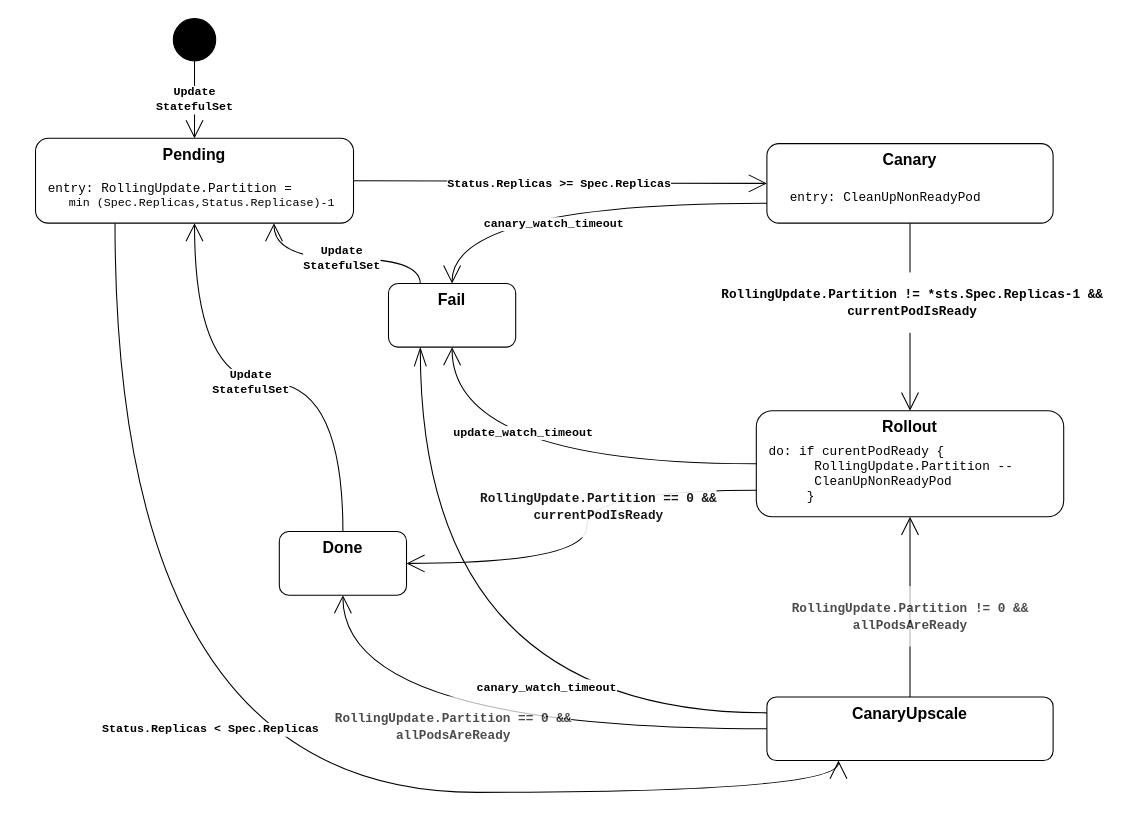
Above: docs/controllers/quarks_sts_rollout_fsm.drawio in akhinos/cf-operator (draw.io), before the change. Source tidied: cells renumbered, new cells numbered last; positions are measured from the earlier drawing's top-left corner, leaving out a move shared by most shapes. Both pictures are drawn from the tidied source at 106%, with x=0, y=0 at pixel (35, 18).
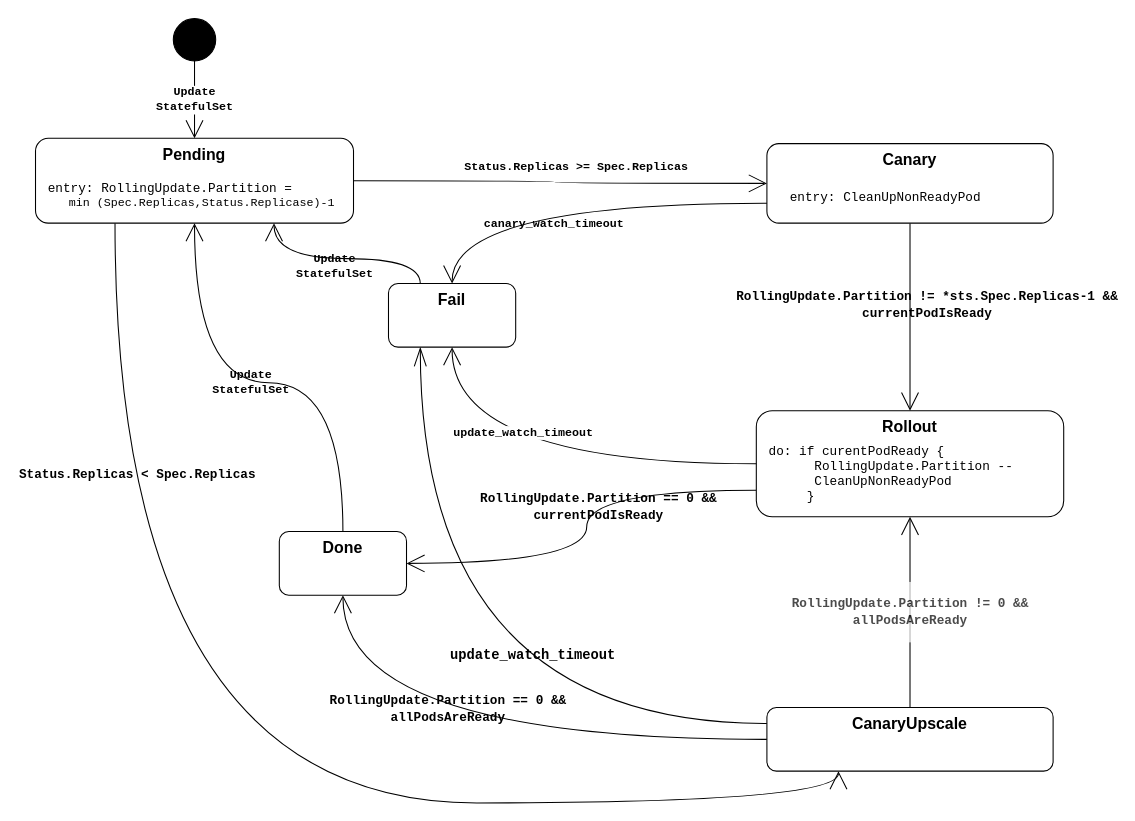
After the change.

The change refers to these unchanged cells:
```xml
<mxCell id="4" style="rounded=0;jettySize=auto;html=1;exitX=0.25;exitY=1;exitDx=0;exitDy=0;entryX=0.25;entryY=1;entryDx=0;entryDy=0;fontSize=15;strokeWidth=1;startArrow=none;startFill=0;endArrow=open;endFill=0;endSize=15;edgeStyle=orthogonalEdgeStyle;curved=1;" parent="1" edge="1" source="6" target="16">
  <mxGeometry relative="1" as="geometry" />
</mxCell>
<mxCell id="6" value="Pending" style="rounded=1;whiteSpace=wrap;html=1;verticalAlign=top;fontSize=15;fontStyle=1;" parent="1" vertex="1">
  <mxGeometry y="113" width="300" height="80" as="geometry" />
</mxCell>
<mxCell id="7" style="edgeStyle=orthogonalEdgeStyle;rounded=0;jettySize=auto;html=1;exitX=0;exitY=0.75;exitDx=0;exitDy=0;entryX=1;entryY=0.5;entryDx=0;entryDy=0;startFill=0;endArrow=open;endFill=0;endSize=15;strokeWidth=1;fontFamily=Courier New;fontSize=11;curved=1;" parent="1" edge="1" source="24" target="21">
  <mxGeometry relative="1" as="geometry" />
</mxCell>
<mxCell id="12" style="edgeStyle=orthogonalEdgeStyle;rounded=0;jettySize=auto;html=1;exitX=0;exitY=0.5;exitDx=0;exitDy=0;entryX=0.5;entryY=1;entryDx=0;entryDy=0;startFill=0;endArrow=open;endFill=0;endSize=15;strokeWidth=1;fontFamily=Courier New;fontSize=11;curved=1;" parent="1" edge="1" source="16" target="21">
  <mxGeometry relative="1" as="geometry" />
</mxCell>
<mxCell id="14" style="edgeStyle=orthogonalEdgeStyle;curved=1;rounded=0;jettySize=auto;html=1;exitX=0;exitY=0.25;exitDx=0;exitDy=0;entryX=0.25;entryY=1;entryDx=0;entryDy=0;endArrow=openThin;endFill=0;endSize=16;" parent="1" edge="1" source="16" target="18">
  <mxGeometry relative="1" as="geometry" />
</mxCell>
<mxCell id="18" value="Fail" style="rounded=1;whiteSpace=wrap;html=1;verticalAlign=top;fontSize=15;fontStyle=1;" parent="1" vertex="1">
  <mxGeometry x="333" y="250" width="120" height="60" as="geometry" />
</mxCell>
<mxCell id="19" style="edgeStyle=orthogonalEdgeStyle;rounded=0;jettySize=auto;html=1;exitX=0.5;exitY=0;exitDx=0;exitDy=0;startFill=0;endArrow=open;endFill=0;endSize=15;strokeWidth=1;fontFamily=Courier New;fontSize=11;curved=1;" parent="1" edge="1" source="21" target="6">
  <mxGeometry relative="1" as="geometry" />
</mxCell>
<mxCell id="24" value="Rollout&lt;br&gt;&lt;span style=&quot;font-weight: normal ; font-size: 12px&quot;&gt;&lt;br&gt;&lt;/span&gt;" style="rounded=1;whiteSpace=wrap;html=1;verticalAlign=top;fontSize=15;fontStyle=1;align=center;" parent="23" vertex="1">
  <mxGeometry width="290" height="100" as="geometry" />
</mxCell>
<mxCell id="26" style="edgeStyle=orthogonalEdgeStyle;rounded=0;jettySize=auto;html=1;exitX=0.5;exitY=1;exitDx=0;exitDy=0;entryX=0.5;entryY=0;entryDx=0;entryDy=0;startFill=0;endArrow=open;endFill=0;endSize=15;strokeWidth=1;fontFamily=Courier New;fontSize=11;curved=1;" parent="1" edge="1" source="29" target="24">
  <mxGeometry relative="1" as="geometry" />
</mxCell>
<mxCell id="29" value="Canary" style="rounded=1;whiteSpace=wrap;html=1;verticalAlign=top;fontSize=15;fontStyle=1;align=center;" parent="28" vertex="1">
  <mxGeometry width="270" height="75" as="geometry" />
</mxCell>
<mxCell id="33" style="edgeStyle=orthogonalEdgeStyle;rounded=0;jettySize=auto;html=1;exitX=0;exitY=0.75;exitDx=0;exitDy=0;entryX=0.5;entryY=0;entryDx=0;entryDy=0;startFill=0;endArrow=open;endFill=0;endSize=15;strokeWidth=1;fontFamily=Courier New;fontSize=11;curved=1;" parent="1" edge="1" source="29" target="18">
  <mxGeometry relative="1" as="geometry" />
</mxCell>
```

What changed in the source:
```diff
@@
-    <mxCell id="5" value="Status.Replicas &amp;lt; Spec.Replicas" style="text;html=1;align=center;verticalAlign=middle;labelBackgroundColor=#ffffff;fontSize=11;fontFamily=Courier New;fontStyle=1;" parent="4" vertex="1">
+    <mxCell id="5" value="Status.Replicas &amp;lt; Spec.Replicas" style="text;html=1;align=center;verticalAlign=middle;labelBackgroundColor=none;fontSize=12;fontFamily=Courier New;fontStyle=1;" parent="4" vertex="1">
       <mxGeometry x="-0.03" y="-1" relative="1" as="geometry">
-        <mxPoint x="20" y="-61" as="offset" />
+        <mxPoint x="-44" y="-311" as="offset" />
       </mxGeometry>
     </mxCell>
@@
-    <mxCell id="9" value="&lt;pre style=&quot;font-size: 9.8pt&quot;&gt;&lt;font face=&quot;Courier New&quot; style=&quot;font-size: 12px&quot;&gt;&lt;b&gt;RollingUpdate.Partition == 0 &amp;amp;&amp;amp;&lt;br/&gt;currentPodIsReady&lt;/b&gt;&lt;/font&gt;&lt;/pre&gt;" style="text;html=1;align=center;verticalAlign=middle;labelBackgroundColor=#ffffff;fontSize=11;fontFamily=Courier New;textOpacity=90;" parent="7" vertex="1">
+    <mxCell id="9" value="&lt;pre style=&quot;font-size: 9.8pt&quot;&gt;&lt;font face=&quot;Courier New&quot; style=&quot;font-size: 12px&quot;&gt;&lt;b&gt;RollingUpdate.Partition == 0 &amp;amp;&amp;amp;&lt;br&gt;currentPodIsReady&lt;/b&gt;&lt;/font&gt;&lt;/pre&gt;" style="text;html=1;align=center;verticalAlign=middle;labelBackgroundColor=none;fontSize=11;fontFamily=Courier New;" parent="7" vertex="1">
       <mxGeometry y="-2" relative="1" as="geometry">
         <mxPoint x="12" y="-25" as="offset" />
       </mxGeometry>
     </mxCell>
     <mxCell id="10" value="&lt;pre style=&quot;font-size: 9.8pt&quot;&gt;&lt;font face=&quot;Courier New&quot; style=&quot;font-size: 12px&quot;&gt;&lt;b&gt;RollingUpdate.Partition != 0 &amp;amp;&amp;amp;&lt;br&gt;allPodsAreReady&lt;/b&gt;&lt;/font&gt;&lt;/pre&gt;" style="edgeStyle=orthogonalEdgeStyle;rounded=0;jettySize=auto;html=1;exitX=0.5;exitY=0;exitDx=0;exitDy=0;entryX=0.5;entryY=1;entryDx=0;entryDy=0;startFill=0;endArrow=open;endFill=0;endSize=15;strokeWidth=1;fontFamily=Courier New;fontSize=11;textOpacity=70;curved=1;" parent="1" edge="1" source="16" target="24">
-      <mxGeometry x="-0.11" relative="1" as="geometry" />
+      <mxGeometry relative="1" as="geometry" />
     </mxCell>
-    <mxCell id="11" style="text;html=1;align=center;verticalAlign=middle;labelBackgroundColor=#ffffff;fontSize=11;fontFamily=Courier New;" parent="10" vertex="1">
+    <mxCell id="11" style="text;html=1;align=center;verticalAlign=middle;labelBackgroundColor=none;fontSize=11;fontFamily=Courier New;" parent="10" vertex="1">
       <mxGeometry y="3" relative="1" as="geometry" />
     </mxCell>
@@
-    <mxCell id="13" value="&lt;pre style=&quot;font-size: 9.8pt&quot;&gt;&lt;font face=&quot;Courier New&quot; style=&quot;font-size: 12px&quot;&gt;&lt;b&gt;RollingUpdate.Partition == 0 &amp;amp;&amp;amp;&lt;br&gt;allPodsAreReady&lt;/b&gt;&lt;/font&gt;&lt;/pre&gt;" style="text;html=1;align=center;verticalAlign=middle;labelBackgroundColor=#ffffff;fontSize=11;fontFamily=Courier New;textOpacity=70;" parent="12" vertex="1">
-      <mxGeometry x="0.13" y="-3" relative="1" as="geometry" />
+    <mxCell id="13" value="&lt;pre style=&quot;font-size: 9.8pt&quot;&gt;&lt;font face=&quot;Courier New&quot; style=&quot;font-size: 12px&quot;&gt;&lt;b&gt;RollingUpdate.Partition == 0 &amp;amp;&amp;amp;&lt;br&gt;allPodsAreReady&lt;/b&gt;&lt;/font&gt;&lt;/pre&gt;" style="text;html=1;align=center;verticalAlign=middle;labelBackgroundColor=none;fontSize=11;fontFamily=Courier New;" parent="12" vertex="1">
+      <mxGeometry x="0.13" y="-3" relative="1" as="geometry">
+        <mxPoint x="1" y="-27" as="offset" />
+      </mxGeometry>
     </mxCell>
@@
-    <mxCell id="15" value="&lt;b style=&quot;font-family: &amp;#34;courier new&amp;#34; ; font-size: 11px&quot;&gt;canary_watch_timeout&lt;/b&gt;" style="text;html=1;align=center;verticalAlign=middle;labelBackgroundColor=#ffffff;" parent="14" vertex="1">
+    <mxCell id="15" value="&lt;b style=&quot;font-family: &amp;quot;courier new&amp;quot;; font-size: 13px;&quot;&gt;update_watch_timeout&lt;/b&gt;" style="text;html=1;align=center;verticalAlign=middle;labelBackgroundColor=none;fontSize=13;" parent="14" vertex="1">
       <mxGeometry x="-0.44" y="-16" relative="1" as="geometry">
-        <mxPoint x="-21" y="-9" as="offset" />
+        <mxPoint x="-31" y="-49" as="offset" />
       </mxGeometry>
     </mxCell>
     <mxCell id="16" value="CanaryUpscale" style="rounded=1;whiteSpace=wrap;html=1;verticalAlign=top;fontSize=15;fontStyle=1;" parent="1" vertex="1">
-      <mxGeometry x="690" y="640" width="270" height="60" as="geometry" />
+      <mxGeometry x="690" y="650" width="270" height="60" as="geometry" />
     </mxCell>
-    <mxCell id="17" value="&lt;b&gt;Update&lt;br&gt;StatefulSet&lt;/b&gt;" style="edgeStyle=orthogonalEdgeStyle;rounded=0;jettySize=auto;html=1;exitX=0.25;exitY=0;exitDx=0;exitDy=0;entryX=0.75;entryY=1;entryDx=0;entryDy=0;startFill=0;endArrow=open;endFill=0;endSize=15;strokeWidth=1;fontFamily=Courier New;fontSize=11;curved=1;" parent="1" edge="1" source="18" target="6">
-      <mxGeometry relative="1" as="geometry" />
-    </mxCell>
+    <mxCell id="36" style="edgeStyle=orthogonalEdgeStyle;curved=1;rounded=0;jettySize=auto;html=1;exitX=0.25;exitY=0;exitDx=0;exitDy=0;entryX=0.75;entryY=1;entryDx=0;entryDy=0;startFill=0;endArrow=open;endFill=0;endSize=15;strokeWidth=1;fontFamily=Courier New;" parent="1" edge="1" source="18" target="6">
+      <mxGeometry relative="1" as="geometry" />
+    </mxCell>
@@
-    <mxCell id="20" value="Update&lt;br&gt;StatefulSet" style="text;html=1;align=center;verticalAlign=middle;labelBackgroundColor=#ffffff;fontSize=11;fontFamily=Courier New;fontStyle=1;" parent="19" vertex="1">
+    <mxCell id="20" value="Update&lt;br&gt;StatefulSet" style="text;html=1;align=center;verticalAlign=middle;labelBackgroundColor=none;fontSize=11;fontFamily=Courier New;fontStyle=1;" parent="19" vertex="1">
       <mxGeometry x="0.06" relative="1" as="geometry" />
     </mxCell>
@@
     <mxCell id="22" value="&lt;span style=&quot;font-weight: 700&quot;&gt;Status.Replicas &amp;gt;= Spec.Replicas&lt;/span&gt;" style="edgeStyle=orthogonalEdgeStyle;rounded=0;jettySize=auto;html=1;exitX=1;exitY=0.5;exitDx=0;exitDy=0;entryX=0;entryY=0.5;entryDx=0;entryDy=0;startFill=0;endArrow=open;endFill=0;endSize=15;strokeWidth=1;fontFamily=Courier New;fontSize=11;curved=1;" parent="1" edge="1" source="6" target="29">
-      <mxGeometry relative="1" as="geometry" />
+      <mxGeometry x="0.08" y="16" relative="1" as="geometry" />
     </mxCell>
@@
-    <mxCell id="27" value="&lt;pre style=&quot;font-size: 9.8pt&quot;&gt;&lt;font face=&quot;Courier New&quot; style=&quot;font-size: 12px&quot;&gt;&lt;b&gt;RollingUpdate.Partition != *sts.Spec.Replicas-1 &amp;amp;&amp;amp;&lt;br&gt;currentPodIsReady&lt;/b&gt;&lt;/font&gt;&lt;/pre&gt;" style="text;html=1;align=center;verticalAlign=middle;labelBackgroundColor=#ffffff;fontSize=11;fontFamily=Courier New;" parent="26" vertex="1">
-      <mxGeometry x="-0.16" y="1" relative="1" as="geometry" />
+    <mxCell id="27" value="&lt;pre style=&quot;font-size: 9.8pt&quot;&gt;&lt;font face=&quot;Courier New&quot; style=&quot;font-size: 12px&quot;&gt;&lt;b&gt;RollingUpdate.Partition != *sts.Spec.Replicas-1 &amp;amp;&amp;amp;&lt;br&gt;currentPodIsReady&lt;/b&gt;&lt;/font&gt;&lt;/pre&gt;" style="text;html=1;align=center;verticalAlign=middle;labelBackgroundColor=none;fontSize=11;fontFamily=Courier New;" parent="26" vertex="1">
+      <mxGeometry x="-0.16" y="1" relative="1" as="geometry">
+        <mxPoint x="14" y="2" as="offset" />
+      </mxGeometry>
     </mxCell>
@@
-    <mxCell id="34" value="&lt;b&gt;canary_watch_timeout&lt;/b&gt;" style="text;html=1;align=center;verticalAlign=middle;labelBackgroundColor=#ffffff;fontSize=11;fontFamily=Courier New;" parent="33" vertex="1">
+    <mxCell id="34" value="&lt;b&gt;canary_watch_timeout&lt;/b&gt;" style="text;html=1;align=center;verticalAlign=middle;labelBackgroundColor=none;fontSize=11;fontFamily=Courier New;" parent="33" vertex="1">
       <mxGeometry x="-0.07" y="1" relative="1" as="geometry">
         <mxPoint x="-29" y="18" as="offset" />
       </mxGeometry>
     </mxCell>
@@
+    <mxCell id="17" value="Update&lt;br&gt;StatefulSet" style="text;html=1;align=center;verticalAlign=middle;labelBackgroundColor=none;fontSize=11;fontFamily=Courier New;fontStyle=1;" parent="1" vertex="1">
+      <mxGeometry x="212" y="354" as="geometry">
+        <mxPoint x="69" y="-121" as="offset" />
+      </mxGeometry>
+    </mxCell>
```
